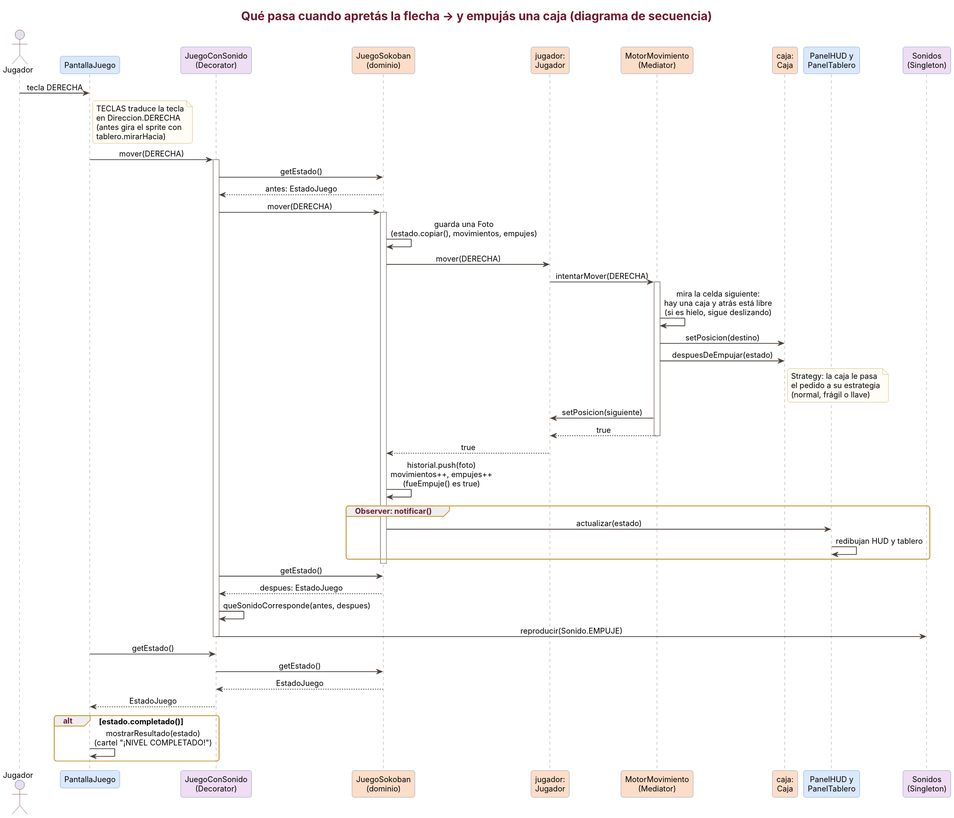
Above: carpeta-temporal/docs/uml/7-secuencia-mover.svg in martincabrera8/sokoban (PlantUML), before the change.
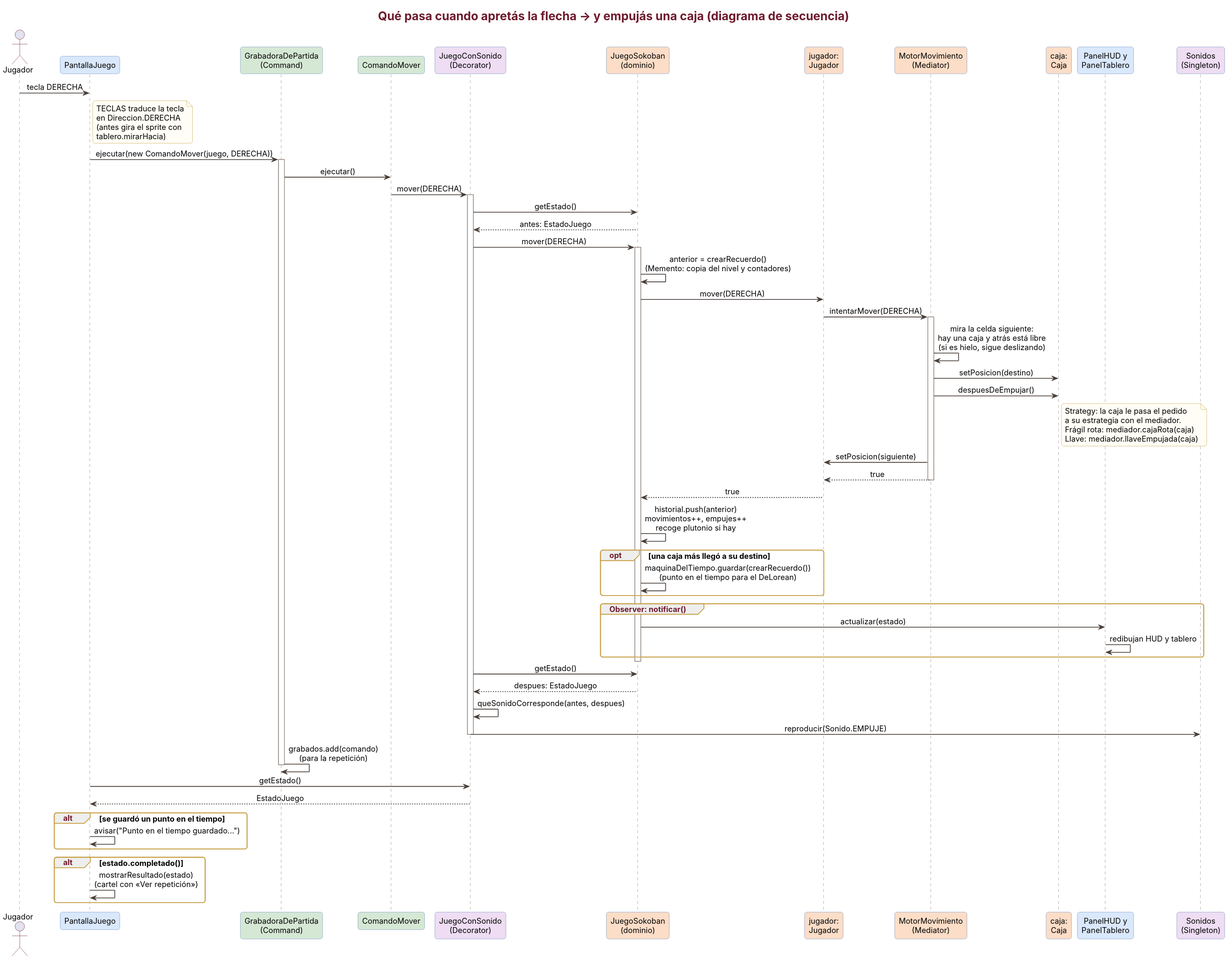
After the commit.

Diff of the diagram source:
```diff
@@ -21,6 +21,8 @@
 
 actor Jugador as U
 participant "PantallaJuego" as PJ
+participant "GrabadoraDePartida\n(Command)" as GR #D5E8D4
+participant "ComandoMover" as CM #D5E8D4
 participant "JuegoConSonido\n(Decorator)" as JS #EEDDF3
 participant "JuegoSokoban\n(dominio)" as JK #FCDDC7
 participant "jugador:\nJugador" as JU #FCDDC7
@@ -31,25 +33,31 @@
 
 U -> PJ : tecla DERECHA
 note right of PJ : TECLAS traduce la tecla\nen Direccion.DERECHA\n(antes gira el sprite con\ntablero.mirarHacia)
-PJ -> JS : mover(DERECHA)
+PJ -> GR : ejecutar(new ComandoMover(juego, DERECHA))
+activate GR
+GR -> CM : ejecutar()
+CM -> JS : mover(DERECHA)
 activate JS
 JS -> JK : getEstado()
 JK --> JS : antes: EstadoJuego
 JS -> JK : mover(DERECHA)
 activate JK
-JK -> JK : guarda una Foto\n(estado.copiar(), movimientos, empujes)
+JK -> JK : anterior = crearRecuerdo()\n(Memento: copia del nivel y contadores)
 JK -> JU : mover(DERECHA)
 JU -> MM : intentarMover(DERECHA)
 activate MM
 MM -> MM : mira la celda siguiente:\nhay una caja y atrás está libre\n(si es hielo, sigue deslizando)
 MM -> CA : setPosicion(destino)
-MM -> CA : despuesDeEmpujar(estado)
-note right of CA : Strategy: la caja le pasa\nel pedido a su estrategia\n(normal, frágil o llave)
+MM -> CA : despuesDeEmpujar()
+note right of CA : Strategy: la caja le pasa el pedido\na su estrategia con el mediador.\nFrágil rota: mediador.cajaRota(caja)\nLlave: mediador.llaveEmpujada(caja)
 MM -> JU : setPosicion(siguiente)
 MM --> JU : true
 deactivate MM
 JU --> JK : true
-JK -> JK : historial.push(foto)\nmovimientos++, empujes++\n(fueEmpuje() es true)
+JK -> JK : historial.push(anterior)\nmovimientos++, empujes++\nrecoge plutonio si hay
+opt una caja más llegó a su destino
+  JK -> JK : maquinaDelTiempo.guardar(crearRecuerdo())\n(punto en el tiempo para el DeLorean)
+end
 group Observer: notificar()
   JK -> OBS : actualizar(estado)
   OBS -> OBS : redibujan HUD y tablero
@@ -60,11 +68,14 @@
 JS -> JS : queSonidoCorresponde(antes, despues)
 JS -> SO : reproducir(Sonido.EMPUJE)
 deactivate JS
+GR -> GR : grabados.add(comando)\n(para la repetición)
+deactivate GR
 PJ -> JS : getEstado()
-JS -> JK : getEstado()
-JK --> JS : EstadoJuego
 JS --> PJ : EstadoJuego
+alt se guardó un punto en el tiempo
+  PJ -> PJ : avisar("Punto en el tiempo guardado...")
+end
 alt estado.completado()
-  PJ -> PJ : mostrarResultado(estado)\n(cartel "¡NIVEL COMPLETADO!")
+  PJ -> PJ : mostrarResultado(estado)\n(cartel con «Ver repetición»)
 end
 @enduml
```
